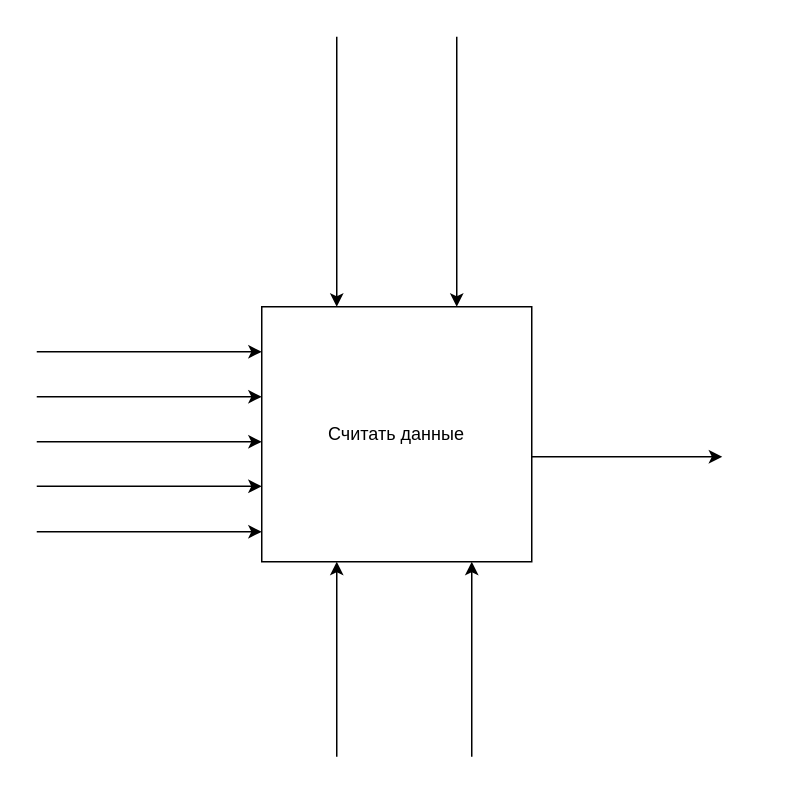
moroshma/MiniToolStream keeps this draw.io diagram as page "outgoing_A0" (2 of 4) of MiniToolStream_idef0.drawio. Above is the earlier version. Source tidied: cells renumbered, new cells numbered last; positions are measured from the earlier drawing's top-left corner, leaving out a move shared by most shapes. Both pictures are drawn from the tidied source at 150%, with x=0, y=0 at pixel (36, 36).
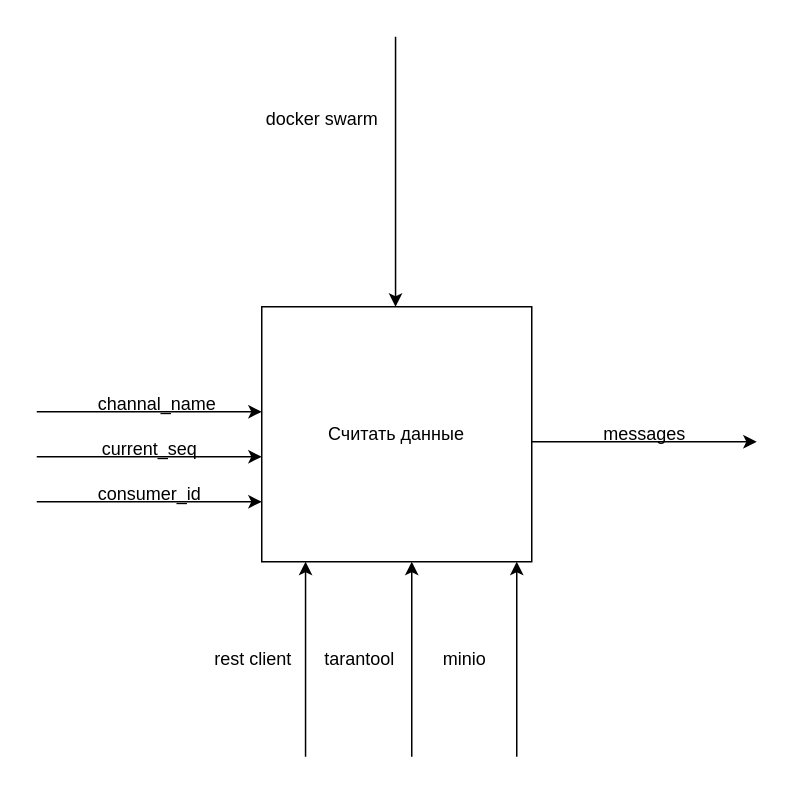
Above is the later version.

The edit, as a diff of the source:
```diff
@@
-    <mxCell id="3" style="endArrow=classic;html=1;rounded=0;" parent="1" edge="1">
-      <mxGeometry relative="1" as="geometry">
-        <mxPoint y="270" as="sourcePoint" />
-        <mxPoint x="150" y="270" as="targetPoint" />
-      </mxGeometry>
-    </mxCell>
     <mxCell id="4" style="endArrow=classic;html=1;rounded=0;" parent="1" edge="1">
       <mxGeometry relative="1" as="geometry">
-        <mxPoint y="299.7" as="sourcePoint" />
-        <mxPoint x="150" y="299.7" as="targetPoint" />
+        <mxPoint y="280" as="sourcePoint" />
+        <mxPoint x="150" y="280" as="targetPoint" />
       </mxGeometry>
     </mxCell>
     <mxCell id="5" style="endArrow=classic;html=1;rounded=0;" parent="1" edge="1">
       <mxGeometry relative="1" as="geometry">
-        <mxPoint y="330" as="sourcePoint" />
-        <mxPoint x="150" y="330" as="targetPoint" />
+        <mxPoint y="310" as="sourcePoint" />
+        <mxPoint x="150" y="310" as="targetPoint" />
       </mxGeometry>
     </mxCell>
-    <mxCell id="6" style="endArrow=classic;html=1;rounded=0;" parent="1" edge="1">
-      <mxGeometry relative="1" as="geometry">
-        <mxPoint y="240" as="sourcePoint" />
-        <mxPoint x="150" y="240" as="targetPoint" />
-      </mxGeometry>
-    </mxCell>
-    <mxCell id="7" style="endArrow=classic;html=1;rounded=0;" parent="1" edge="1">
-      <mxGeometry relative="1" as="geometry">
-        <mxPoint y="210" as="sourcePoint" />
-        <mxPoint x="150" y="210" as="targetPoint" />
-      </mxGeometry>
-    </mxCell>
     <mxCell id="8" style="endArrow=classic;html=1;rounded=0;" parent="1" edge="1">
       <mxGeometry relative="1" as="geometry">
-        <mxPoint x="200" y="480" as="sourcePoint" />
-        <mxPoint x="200" y="350" as="targetPoint" />
+        <mxPoint x="179.2" y="480" as="sourcePoint" />
+        <mxPoint x="179.2" y="350" as="targetPoint" />
       </mxGeometry>
     </mxCell>
-    <mxCell id="9" style="endArrow=classic;html=1;rounded=0;" parent="1" edge="1">
-      <mxGeometry relative="1" as="geometry">
-        <mxPoint x="330" y="280" as="sourcePoint" />
-        <mxPoint x="457" y="280" as="targetPoint" />
-      </mxGeometry>
-    </mxCell>
     <mxCell id="10" style="endArrow=classic;html=1;rounded=0;" parent="1" edge="1">
       <mxGeometry relative="1" as="geometry">
-        <mxPoint x="200" as="sourcePoint" />
-        <mxPoint x="200" y="180" as="targetPoint" />
+        <mxPoint x="239.2" as="sourcePoint" />
+        <mxPoint x="239.2" y="180" as="targetPoint" />
       </mxGeometry>
     </mxCell>
-    <mxCell id="11" style="endArrow=classic;html=1;rounded=0;" parent="1" edge="1">
-      <mxGeometry relative="1" as="geometry">
-        <mxPoint x="280" as="sourcePoint" />
-        <mxPoint x="280" y="180" as="targetPoint" />
-      </mxGeometry>
-    </mxCell>
-    <mxCell id="12" style="endArrow=classic;html=1;rounded=0;" parent="1" edge="1">
-      <mxGeometry relative="1" as="geometry">
-        <mxPoint x="290" y="480" as="sourcePoint" />
-        <mxPoint x="290" y="350" as="targetPoint" />
-      </mxGeometry>
-    </mxCell>
+    <mxCell id="13" value="consumer_id" style="text;html=1;align=center;verticalAlign=middle;strokeColor=none;fillColor=none;" parent="1" vertex="1">
+      <mxGeometry x="30" y="290" width="90" height="30" as="geometry" />
+    </mxCell>
+    <mxCell id="14" value="current_seq" style="text;html=1;align=center;verticalAlign=middle;strokeColor=none;fillColor=none;" parent="1" vertex="1">
+      <mxGeometry x="30" y="260" width="90" height="30" as="geometry" />
+    </mxCell>
+    <mxCell id="15" style="endArrow=classic;html=1;rounded=0;" parent="1" edge="1">
+      <mxGeometry relative="1" as="geometry">
+        <mxPoint y="250" as="sourcePoint" />
+        <mxPoint x="150" y="250" as="targetPoint" />
+      </mxGeometry>
+    </mxCell>
+    <mxCell id="16" value="channal_name" style="text;html=1;align=center;verticalAlign=middle;strokeColor=none;fillColor=none;" parent="1" vertex="1">
+      <mxGeometry x="30" y="230" width="100" height="30" as="geometry" />
+    </mxCell>
+    <mxCell id="17" style="endArrow=classic;html=1;rounded=0;" parent="1" edge="1">
+      <mxGeometry relative="1" as="geometry">
+        <mxPoint x="330" y="270" as="sourcePoint" />
+        <mxPoint x="480" y="270" as="targetPoint" />
+      </mxGeometry>
+    </mxCell>
+    <mxCell id="18" value="messages" style="text;html=1;align=center;verticalAlign=middle;strokeColor=none;fillColor=none;" parent="1" vertex="1">
+      <mxGeometry x="365" y="250" width="80" height="30" as="geometry" />
+    </mxCell>
+    <mxCell id="19" value="rest client" style="text;html=1;align=center;verticalAlign=middle;strokeColor=none;fillColor=none;" parent="1" vertex="1">
+      <mxGeometry x="109.2" y="400" width="70" height="30" as="geometry" />
+    </mxCell>
+    <mxCell id="20" value="docker swarm" style="text;html=1;align=center;verticalAlign=middle;strokeColor=none;fillColor=none;" parent="1" vertex="1">
+      <mxGeometry x="140" y="40" width="100" height="30" as="geometry" />
+    </mxCell>
+    <mxCell id="21" style="endArrow=classic;html=1;rounded=0;" parent="1" edge="1">
+      <mxGeometry relative="1" as="geometry">
+        <mxPoint x="250" y="480" as="sourcePoint" />
+        <mxPoint x="250" y="350" as="targetPoint" />
+      </mxGeometry>
+    </mxCell>
+    <mxCell id="22" value="tarantool" style="text;html=1;align=center;verticalAlign=middle;strokeColor=none;fillColor=none;" parent="1" vertex="1">
+      <mxGeometry x="180" y="400" width="70" height="30" as="geometry" />
+    </mxCell>
+    <mxCell id="23" style="endArrow=classic;html=1;rounded=0;" parent="1" edge="1">
+      <mxGeometry relative="1" as="geometry">
+        <mxPoint x="320" y="480" as="sourcePoint" />
+        <mxPoint x="320" y="350" as="targetPoint" />
+      </mxGeometry>
+    </mxCell>
+    <mxCell id="24" value="minio" style="text;html=1;align=center;verticalAlign=middle;strokeColor=none;fillColor=none;" parent="1" vertex="1">
+      <mxGeometry x="260" y="400" width="50" height="30" as="geometry" />
+    </mxCell>
```
